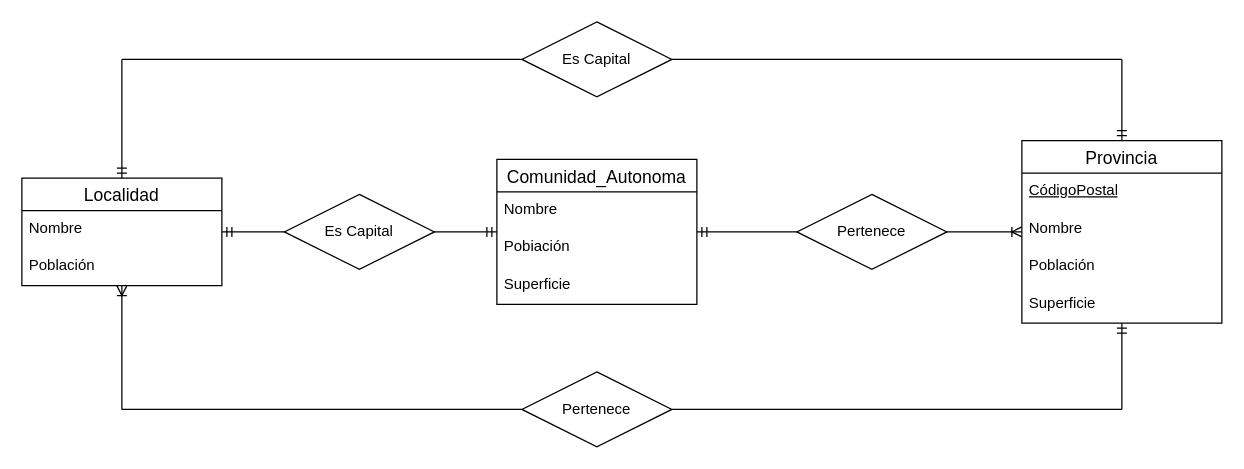
Earlier version of the draw.io diagram Ej3.drawio (AlejandroCara/acr-tsys-modeloER-drawio-1110). Source tidied: cells renumbered, new cells numbered last; positions are measured from the earlier drawing's top-left corner, leaving out a move shared by most shapes. Both pictures are drawn from the tidied source at 125%, with x=0, y=0 at pixel (21, 21).
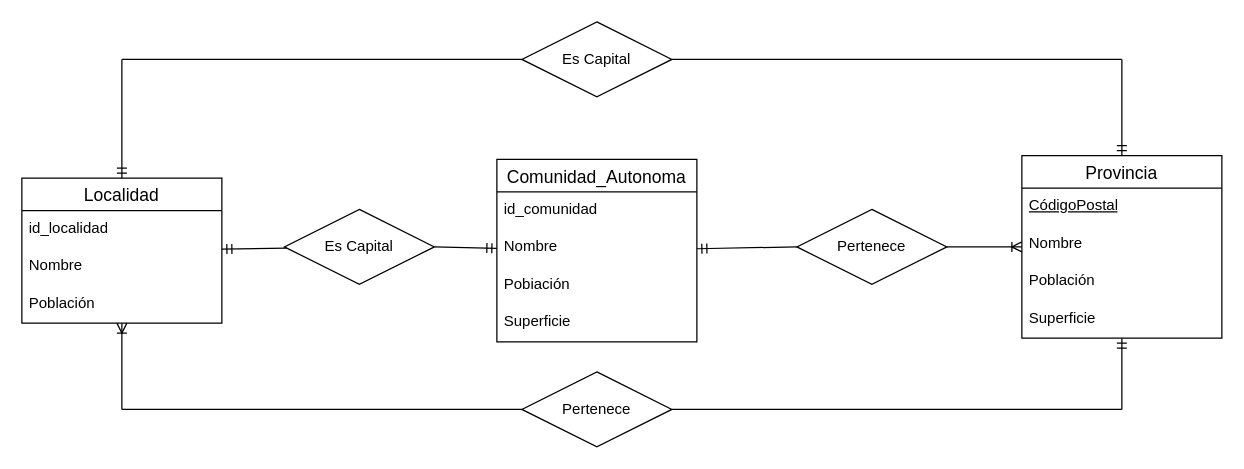
The same diagram, later.

Diff of the diagram source:
```diff
@@
     <mxCell id="2" value="Localidad" style="swimlane;fontStyle=0;horizontal=1;startSize=26;align=center;fontSize=14;" parent="1" vertex="1">
-      <mxGeometry y="125" width="160" height="86" as="geometry" />
+      <mxGeometry y="125" width="160" height="116" as="geometry" />
     </mxCell>
+    <mxCell id="30" value="id_localidad" style="text;strokeColor=none;fillColor=none;spacingLeft=4;spacingRight=4;overflow=hidden;fontSize=12;whiteSpace=wrap;html=1;" parent="2" vertex="1">
+      <mxGeometry y="26" width="160" height="30" as="geometry" />
+    </mxCell>
     <mxCell id="3" value="Nombre" style="text;strokeColor=none;fillColor=none;spacingLeft=4;spacingRight=4;overflow=hidden;fontSize=12;whiteSpace=wrap;html=1;" parent="2" vertex="1">
-      <mxGeometry y="26" width="160" height="30" as="geometry" />
+      <mxGeometry y="56" width="160" height="30" as="geometry" />
     </mxCell>
     <mxCell id="4" value="Población" style="text;strokeColor=none;fillColor=none;spacingLeft=4;spacingRight=4;overflow=hidden;fontSize=12;whiteSpace=wrap;html=1;" parent="2" vertex="1">
-      <mxGeometry y="56" width="160" height="30" as="geometry" />
+      <mxGeometry y="86" width="160" height="30" as="geometry" />
     </mxCell>
     <mxCell id="5" value="Provincia" style="swimlane;fontStyle=0;horizontal=1;startSize=26;align=center;fontSize=14;" parent="1" vertex="1">
-      <mxGeometry x="800" y="95" width="160" height="146" as="geometry" />
+      <mxGeometry x="800" y="107" width="160" height="146" as="geometry" />
     </mxCell>
@@
     <mxCell id="10" value="Comunidad_Autonoma" style="swimlane;fontStyle=0;horizontal=1;startSize=26;align=center;fontSize=14;" parent="1" vertex="1">
-      <mxGeometry x="380" y="110" width="160" height="116" as="geometry" />
+      <mxGeometry x="380" y="110" width="160" height="146" as="geometry" />
     </mxCell>
+    <mxCell id="31" value="id_comunidad" style="text;strokeColor=none;fillColor=none;spacingLeft=4;spacingRight=4;overflow=hidden;fontSize=12;whiteSpace=wrap;html=1;" parent="10" vertex="1">
+      <mxGeometry y="26" width="160" height="30" as="geometry" />
+    </mxCell>
     <mxCell id="11" value="Nombre" style="text;strokeColor=none;fillColor=none;spacingLeft=4;spacingRight=4;overflow=hidden;fontSize=12;whiteSpace=wrap;html=1;" parent="10" vertex="1">
-      <mxGeometry y="26" width="160" height="30" as="geometry" />
+      <mxGeometry y="56" width="160" height="30" as="geometry" />
     </mxCell>
     <mxCell id="12" value="Pobiación" style="text;strokeColor=none;fillColor=none;spacingLeft=4;spacingRight=4;overflow=hidden;fontSize=12;whiteSpace=wrap;html=1;" parent="10" vertex="1">
-      <mxGeometry y="56" width="160" height="30" as="geometry" />
+      <mxGeometry y="86" width="160" height="30" as="geometry" />
     </mxCell>
     <mxCell id="13" value="Superficie" style="text;strokeColor=none;fillColor=none;spacingLeft=4;spacingRight=4;overflow=hidden;fontSize=12;whiteSpace=wrap;html=1;" parent="10" vertex="1">
-      <mxGeometry y="86" width="160" height="30" as="geometry" />
+      <mxGeometry y="116" width="160" height="30" as="geometry" />
     </mxCell>
@@
     <mxCell id="19" value="Pertenece" style="shape=rhombus;perimeter=rhombusPerimeter;whiteSpace=wrap;html=1;align=center;" parent="1" vertex="1">
-      <mxGeometry x="620" y="138" width="120" height="60" as="geometry" />
+      <mxGeometry x="620" y="150" width="120" height="60" as="geometry" />
     </mxCell>
@@
     <mxCell id="22" value="Es Capital" style="shape=rhombus;perimeter=rhombusPerimeter;whiteSpace=wrap;html=1;align=center;" parent="1" vertex="1">
-      <mxGeometry x="210" y="138" width="120" height="60" as="geometry" />
+      <mxGeometry x="210" y="150" width="120" height="60" as="geometry" />
     </mxCell>
```
